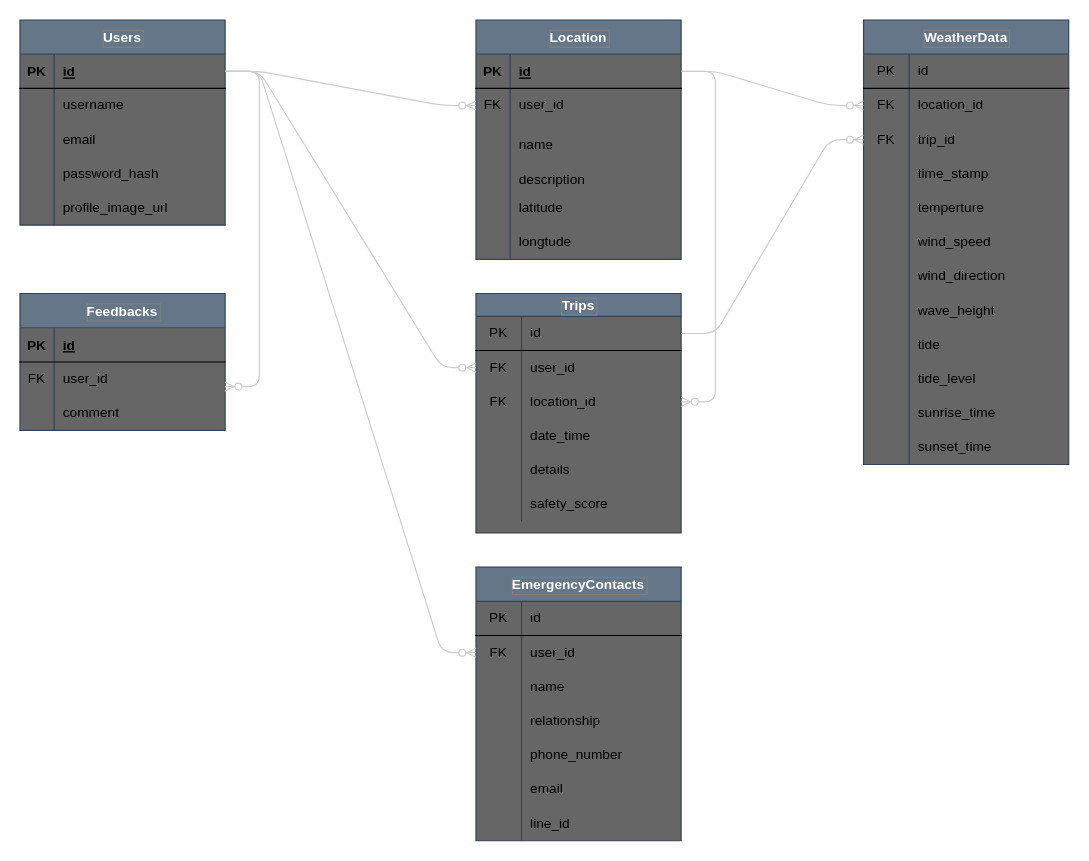
Before: 開発設計書/DB/ER.drawio in ragna1123/safety_kayak_fishing_documents, a draw.io diagram. Source tidied: cells renumbered, new cells numbered last; positions are measured from the earlier drawing's top-left corner, leaving out a move shared by most shapes. Both pictures are drawn from the tidied source at 114%, with x=0, y=0 at pixel (19, 19).
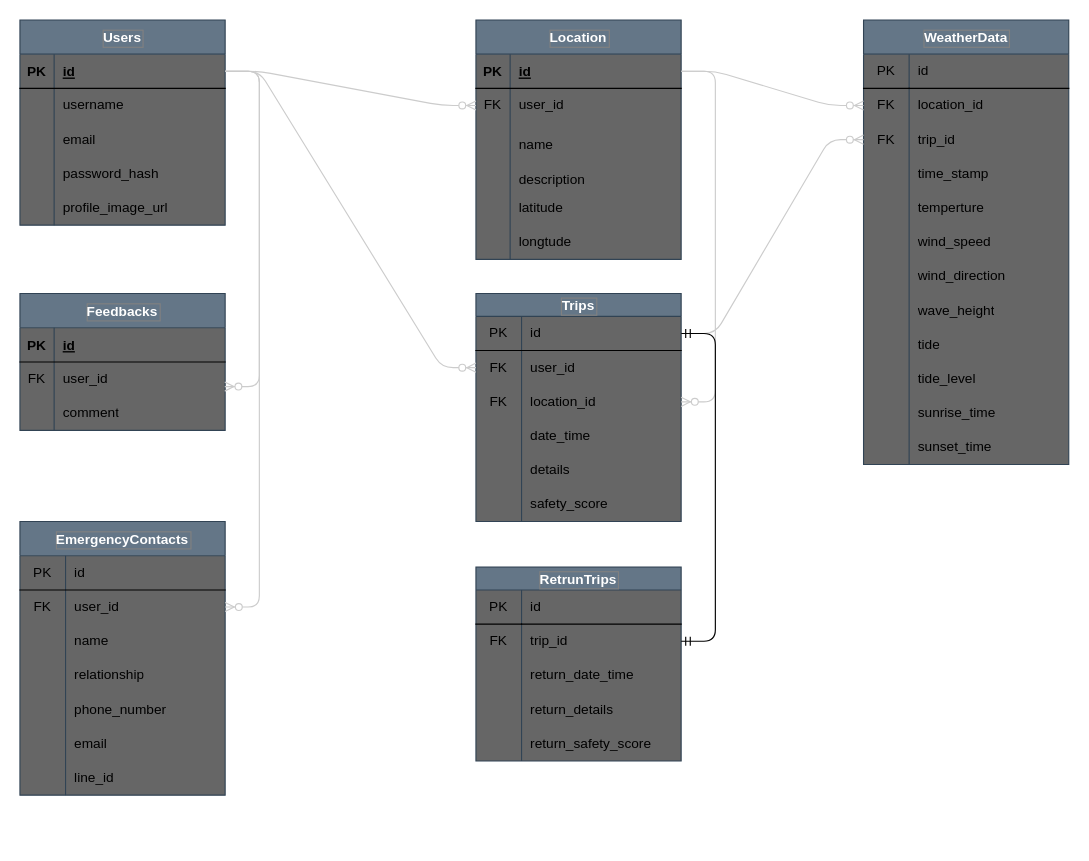
The same diagram, later.

The change refers to these unchanged cells:
```xml
<mxCell id="3" style="shape=tableRow;horizontal=0;startSize=0;swimlaneHead=0;swimlaneBody=0;top=0;left=0;bottom=0;right=0;fillColor=none;points=[[0,0.5],[1,0.5]];portConstraint=eastwest;" parent="2" vertex="1">
  <mxGeometry y="20" width="180" height="30" as="geometry" />
</mxCell>
<mxCell id="25" style="shape=tableRow;horizontal=0;startSize=0;swimlaneHead=0;swimlaneBody=0;top=0;left=0;bottom=0;right=0;fillColor=none;points=[[0,0.5],[1,0.5]];portConstraint=eastwest;" parent="21" vertex="1">
  <mxGeometry y="60" width="180" height="30" as="geometry" />
</mxCell>
<mxCell id="44" style="shape=tableRow;horizontal=0;startSize=0;swimlaneHead=0;swimlaneBody=0;fillColor=none;points=[[0,0.5],[1,0.5]];portConstraint=eastwest;top=0;left=0;right=0;bottom=1;swimlaneFillColor=#FFFF99;" parent="43" vertex="1">
  <mxGeometry y="30" width="180" height="30" as="geometry" />
</mxCell>
```

What changed in the source:
```diff
@@
     <mxCell id="2" value="Trips" style="shape=table;startSize=20;childLayout=tableLayout;rowLines=0;fontStyle=1;labelBackgroundColor=none;fillColor=#647687;strokeColor=#314354;fontColor=#FFFFFF;swimlaneFillColor=#666666;labelBorderColor=#808080;" parent="1" vertex="1">
-      <mxGeometry x="400" y="240" width="180" height="210" as="geometry" />
+      <mxGeometry x="400" y="240" width="180" height="200" as="geometry" />
     </mxCell>
@@
     <mxCell id="21" value="EmergencyContacts" style="shape=table;startSize=30;childLayout=tableLayout;rowLines=0;fontStyle=1;labelBackgroundColor=none;fillColor=#647687;strokeColor=#314354;fontColor=#FFFFFF;swimlaneFillColor=#666666;labelBorderColor=#808080;" parent="1" vertex="1">
-      <mxGeometry x="400" y="480" width="180" height="240" as="geometry" />
+      <mxGeometry y="440" width="180" height="240" as="geometry" />
     </mxCell>
@@
-    <mxCell id="90" style="edgeStyle=entityRelationEdgeStyle;fontSize=12;html=1;endArrow=ERzeroToMany;endFill=1;entryX=0;entryY=0.5;entryDx=0;entryDy=0;exitX=1;exitY=0.5;exitDx=0;exitDy=0;strokeColor=#CCCCCC;" parent="1" edge="1" source="44" target="25">
+    <mxCell id="90" style="edgeStyle=entityRelationEdgeStyle;fontSize=12;html=1;endArrow=ERzeroToMany;endFill=1;exitX=1;exitY=0.5;exitDx=0;exitDy=0;strokeColor=#CCCCCC;" parent="1" edge="1" source="44" target="25">
       <mxGeometry relative="1" as="geometry" />
     </mxCell>
@@
+    <mxCell id="132" value="RetrunTrips" style="shape=table;startSize=20;childLayout=tableLayout;rowLines=0;fontStyle=1;labelBackgroundColor=none;fillColor=#647687;strokeColor=#314354;fontColor=#FFFFFF;swimlaneFillColor=#666666;labelBorderColor=#808080;" parent="1" vertex="1">
+      <mxGeometry x="400" y="480" width="180" height="170" as="geometry" />
+    </mxCell>
+    <mxCell id="133" style="shape=tableRow;horizontal=0;startSize=0;swimlaneHead=0;swimlaneBody=0;top=0;left=0;bottom=0;right=0;fillColor=none;" parent="132" vertex="1">
+      <mxGeometry y="20" width="180" height="30" as="geometry" />
+    </mxCell>
+    <mxCell id="134" value="PK" style="shape=partialRectangle;html=1;whiteSpace=wrap;fillColor=none;top=0;left=0;bottom=1;right=0;overflow=hidden;" parent="133" vertex="1">
+      <mxGeometry width="40" height="30" as="geometry" />
+    </mxCell>
+    <mxCell id="135" value="id" style="shape=partialRectangle;html=1;whiteSpace=wrap;fillColor=none;top=0;left=0;bottom=1;right=0;align=left;spacingLeft=6;overflow=hidden;" parent="133" vertex="1">
+      <mxGeometry x="40" width="140" height="30" as="geometry" />
+    </mxCell>
+    <mxCell id="136" style="shape=tableRow;horizontal=0;startSize=0;swimlaneHead=0;swimlaneBody=0;top=0;left=0;bottom=0;right=0;fillColor=none;points=[[0,0.5],[1,0.5]];portConstraint=eastwest;" parent="132" vertex="1">
+      <mxGeometry y="50" width="180" height="30" as="geometry" />
+    </mxCell>
+    <mxCell id="137" value="FK" style="shape=partialRectangle;html=1;whiteSpace=wrap;fillColor=none;top=0;left=0;bottom=0;right=0;overflow=hidden;" parent="136" vertex="1">
+      <mxGeometry width="40" height="30" as="geometry" />
+    </mxCell>
+    <mxCell id="138" value="trip_id" style="shape=partialRectangle;html=1;whiteSpace=wrap;fillColor=none;top=0;left=0;bottom=0;right=0;align=left;spacingLeft=6;overflow=hidden;" parent="136" vertex="1">
+      <mxGeometry x="40" width="140" height="30" as="geometry" />
+    </mxCell>
+    <mxCell id="139" style="shape=tableRow;horizontal=0;startSize=0;swimlaneHead=0;swimlaneBody=0;top=0;left=0;bottom=0;right=0;fillColor=none;" parent="132" vertex="1">
+      <mxGeometry y="80" width="180" height="30" as="geometry" />
+    </mxCell>
+    <mxCell id="140" style="shape=partialRectangle;html=1;whiteSpace=wrap;fillColor=none;top=0;left=0;bottom=0;right=0;overflow=hidden;" parent="139" vertex="1">
+      <mxGeometry width="40" height="30" as="geometry" />
+    </mxCell>
+    <mxCell id="141" value="return_date_time" style="shape=partialRectangle;html=1;whiteSpace=wrap;fillColor=none;top=0;left=0;bottom=0;right=0;align=left;spacingLeft=6;overflow=hidden;" parent="139" vertex="1">
+      <mxGeometry x="40" width="140" height="30" as="geometry" />
+    </mxCell>
+    <mxCell id="142" style="shape=tableRow;horizontal=0;startSize=0;swimlaneHead=0;swimlaneBody=0;top=0;left=0;bottom=0;right=0;fillColor=none;" parent="132" vertex="1">
+      <mxGeometry y="110" width="180" height="30" as="geometry" />
+    </mxCell>
+    <mxCell id="143" style="shape=partialRectangle;html=1;whiteSpace=wrap;fillColor=none;top=0;left=0;bottom=0;right=0;overflow=hidden;" parent="142" vertex="1">
+      <mxGeometry width="40" height="30" as="geometry" />
+    </mxCell>
+    <mxCell id="144" value="return_details" style="shape=partialRectangle;html=1;whiteSpace=wrap;fillColor=none;top=0;left=0;bottom=0;right=0;align=left;spacingLeft=6;overflow=hidden;" parent="142" vertex="1">
+      <mxGeometry x="40" width="140" height="30" as="geometry" />
+    </mxCell>
+    <mxCell id="145" style="shape=tableRow;horizontal=0;startSize=0;swimlaneHead=0;swimlaneBody=0;top=0;left=0;bottom=0;right=0;fillColor=none;points=[[0,0.5],[1,0.5]];portConstraint=eastwest;" parent="132" vertex="1">
+      <mxGeometry y="140" width="180" height="30" as="geometry" />
+    </mxCell>
+    <mxCell id="146" style="shape=partialRectangle;html=1;whiteSpace=wrap;fillColor=none;top=0;left=0;bottom=0;right=0;overflow=hidden;" parent="145" vertex="1">
+      <mxGeometry width="40" height="30" as="geometry" />
+    </mxCell>
+    <mxCell id="147" value="return_safety_score" style="shape=partialRectangle;html=1;whiteSpace=wrap;fillColor=none;top=0;left=0;bottom=0;right=0;align=left;spacingLeft=6;overflow=hidden;" parent="145" vertex="1">
+      <mxGeometry x="40" width="140" height="30" as="geometry" />
+    </mxCell>
+    <mxCell id="148" style="edgeStyle=none;html=1;exitX=0.5;exitY=1;exitDx=0;exitDy=0;" parent="132" edge="1" source="132" target="145">
+      <mxGeometry relative="1" as="geometry" />
+    </mxCell>
+    <mxCell id="149" style="edgeStyle=entityRelationEdgeStyle;fontSize=12;html=1;endArrow=ERmandOne;startArrow=ERmandOne;exitX=1;exitY=0.5;exitDx=0;exitDy=0;" parent="1" edge="1" source="136" target="3">
+      <mxGeometry relative="1" as="geometry" />
+    </mxCell>
```
